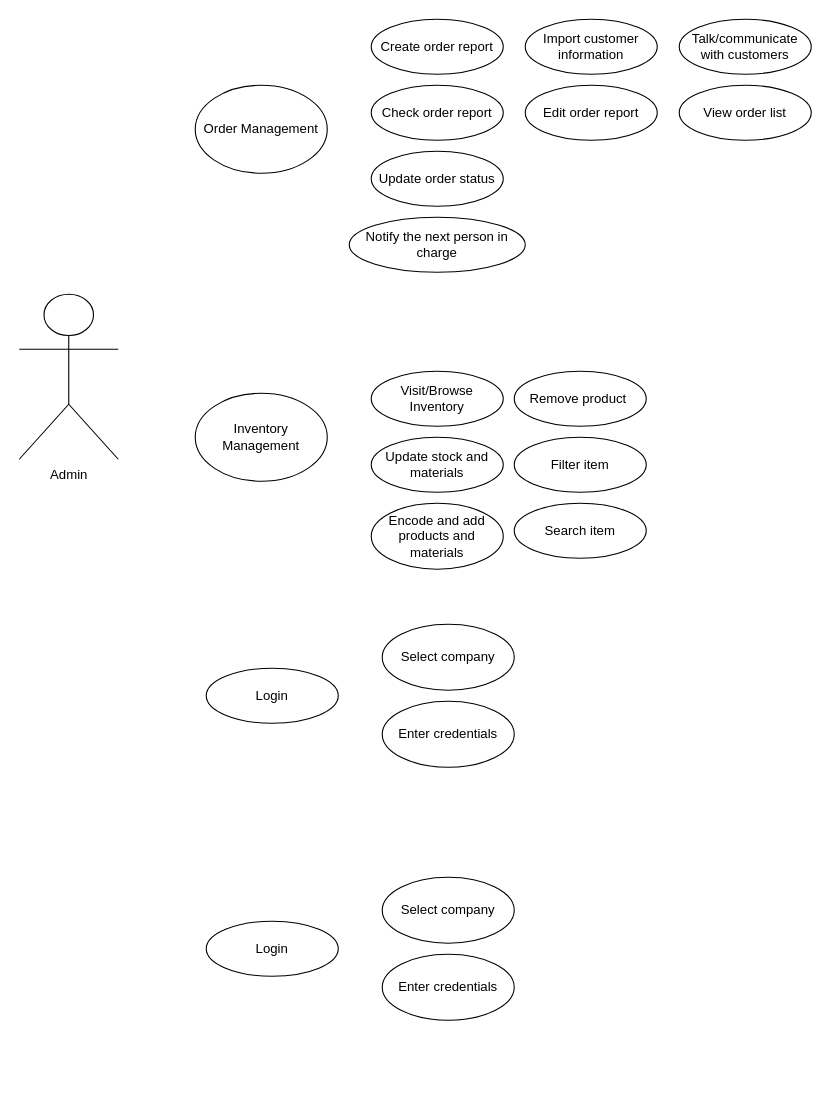
Before: page "Admin" (2 of 6) of UML CASE.drawio in BryanFabellore/Team_SPOTLIGHT, a draw.io diagram. Source tidied: cells renumbered, new cells numbered last; positions are measured from the earlier drawing's top-left corner, leaving out a move shared by most shapes. Both pictures are drawn from the tidied source at 110%, with x=0, y=0 at pixel (19, 19).
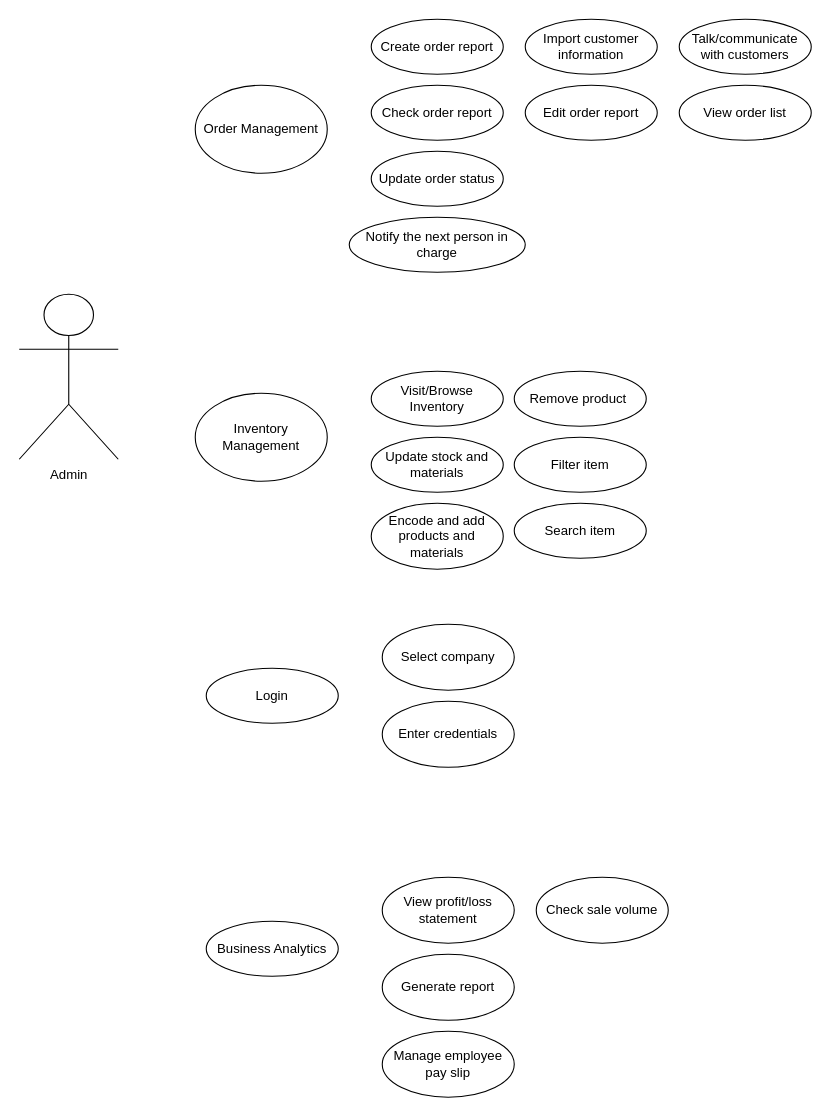
After the change.

Change to the diagram source:
```diff
@@
-    <mxCell id="5" value="Login" style="ellipse;whiteSpace=wrap;html=1;" parent="1" vertex="1">
+    <mxCell id="5" value="Business Analytics" style="ellipse;whiteSpace=wrap;html=1;" parent="1" vertex="1">
       <mxGeometry x="170" y="820" width="120" height="50" as="geometry" />
     </mxCell>
@@
-    <mxCell id="17" value="Select company" style="ellipse;whiteSpace=wrap;html=1;" parent="1" vertex="1">
+    <mxCell id="17" value="View profit/loss statement" style="ellipse;whiteSpace=wrap;html=1;" parent="1" vertex="1">
       <mxGeometry x="330" y="780" width="120" height="60" as="geometry" />
     </mxCell>
-    <mxCell id="18" value="Enter credentials" style="ellipse;whiteSpace=wrap;html=1;" parent="1" vertex="1">
+    <mxCell id="18" value="Generate report" style="ellipse;whiteSpace=wrap;html=1;" parent="1" vertex="1">
       <mxGeometry x="330" y="850" width="120" height="60" as="geometry" />
     </mxCell>
@@
+    <mxCell id="25" value="Manage employee &lt;br&gt;pay slip" style="ellipse;whiteSpace=wrap;html=1;" parent="1" vertex="1">
+      <mxGeometry x="330" y="920" width="120" height="60" as="geometry" />
+    </mxCell>
+    <mxCell id="26" value="Check sale volume" style="ellipse;whiteSpace=wrap;html=1;" parent="1" vertex="1">
+      <mxGeometry x="470" y="780" width="120" height="60" as="geometry" />
+    </mxCell>
```
